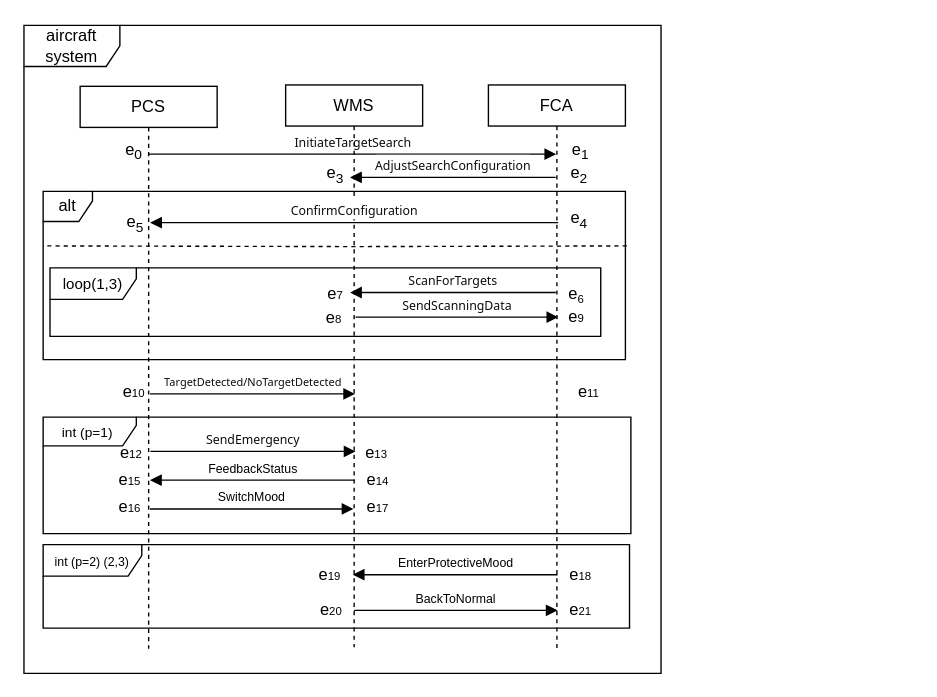
Above: example.drawio in ShiYufei0708/draw (draw.io), before the change. Source tidied: cells renumbered, new cells numbered last; positions are measured from the earlier drawing's top-left corner, leaving out a move shared by most shapes. Both pictures are drawn from the tidied source at 137%, with x=0, y=0 at pixel (23, 25).
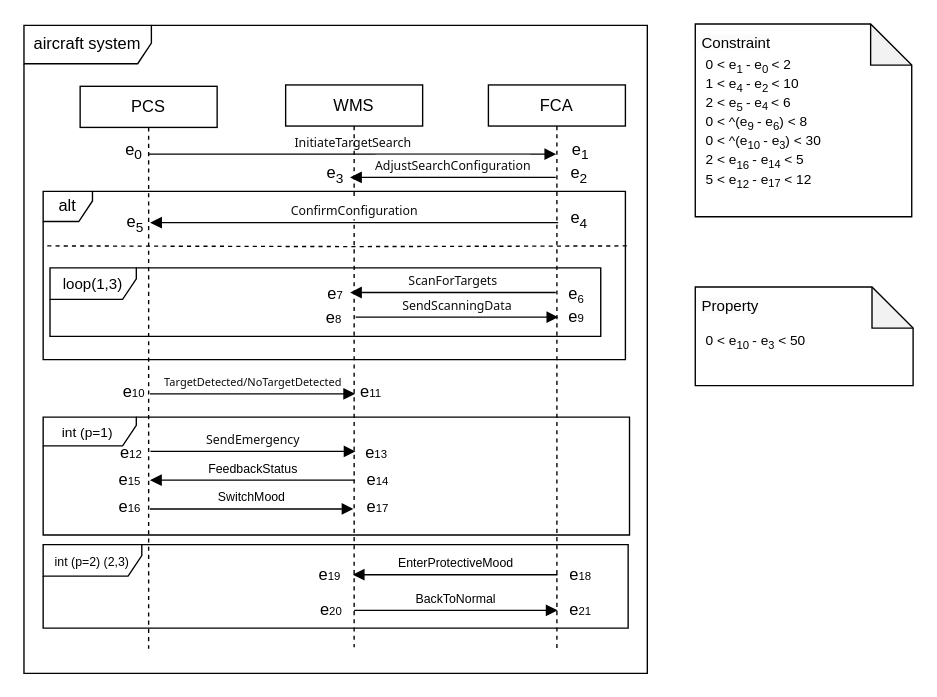
The same diagram, later.

The edit, as a diff of the source:
```diff
@@
-    <mxCell id="2" value="aircraft system" style="shape=umlFrame;whiteSpace=wrap;html=1;width=70;height=30;" parent="1" vertex="1">
-      <mxGeometry width="465" height="473" as="geometry" />
+    <mxCell id="2" value="aircraft system" style="shape=umlFrame;whiteSpace=wrap;html=1;width=93;height=28;" parent="1" vertex="1">
+      <mxGeometry width="455" height="473" as="geometry" />
     </mxCell>
@@
     <mxCell id="9" value="&lt;font style=&quot;font-size: 10px;&quot;&gt;int (p=1)&amp;nbsp;&lt;/font&gt;" style="shape=umlFrame;whiteSpace=wrap;html=1;width=68;height=21;" parent="1" vertex="1">
-      <mxGeometry x="14" y="286" width="429" height="85" as="geometry" />
+      <mxGeometry x="14" y="286" width="428" height="86" as="geometry" />
     </mxCell>
@@
     <mxCell id="18" value="&lt;font style=&quot;font-size: 9px;&quot;&gt;int (p=2)&amp;nbsp;(2,3)&lt;/font&gt;" style="shape=umlFrame;whiteSpace=wrap;html=1;width=72;height=23;" parent="1" vertex="1">
-      <mxGeometry x="14" y="379" width="428" height="61" as="geometry" />
+      <mxGeometry x="14" y="379" width="427" height="61" as="geometry" />
     </mxCell>
@@
     <mxCell id="32" value="e&lt;span style=&quot;font-size: 8.33333px;&quot;&gt;11&lt;/span&gt;" style="text;html=1;align=center;verticalAlign=middle;strokeColor=none;fillColor=none;" parent="1" vertex="1">
-      <mxGeometry x="395" y="255" width="33" height="26" as="geometry" />
+      <mxGeometry x="236" y="255" width="33" height="26" as="geometry" />
     </mxCell>
@@
+    <mxCell id="44" style="group;" parent="1" vertex="1">
+      <mxGeometry x="490" y="191" width="159" height="162" as="geometry" />
+    </mxCell>
+    <mxCell id="45" style="shape=note;whiteSpace=wrap;html=1;backgroundOutline=1;darkOpacity=0.05;" parent="44" vertex="1">
+      <mxGeometry width="159" height="72" as="geometry" />
+    </mxCell>
+    <mxCell id="46" value="&lt;span style=&quot;color: rgb(0, 0, 0); font-family: Helvetica; font-size: 11px; font-style: normal; font-variant-ligatures: normal; font-variant-caps: normal; font-weight: 400; letter-spacing: normal; orphans: 2; text-align: left; text-indent: 0px; text-transform: none; widows: 2; word-spacing: 0px; -webkit-text-stroke-width: 0px; white-space: nowrap; background-color: rgb(251, 251, 251); text-decoration-thickness: initial; text-decoration-style: initial; text-decoration-color: initial; display: inline !important; float: none;&quot;&gt;Property&lt;/span&gt;" style="text;whiteSpace=wrap;html=1;" parent="44" vertex="1">
+      <mxGeometry x="3" width="78" height="46.5" as="geometry" />
+    </mxCell>
+    <mxCell id="47" value="&lt;div&gt;&lt;div&gt;0 &amp;lt; e&lt;sub&gt;10&lt;/sub&gt;&lt;span style=&quot;font-size: 8.33333px;&quot;&gt;&amp;nbsp;&lt;/span&gt;- e&lt;span style=&quot;font-size: 8.33333px;&quot;&gt;&lt;sub style=&quot;font-size: 8px;&quot;&gt;3&lt;/sub&gt;&lt;/span&gt;&amp;nbsp;&amp;lt; 50&lt;div&gt;&lt;br&gt;&lt;/div&gt;&lt;/div&gt;&lt;/div&gt;" style="text;align=left;verticalAlign=top;rounded=0;horizontal=1;fontSize=10;html=1;" parent="44" vertex="1">
+      <mxGeometry x="6" y="26.5" width="116" height="109" as="geometry" />
+    </mxCell>
+    <mxCell id="48" style="group;" parent="1" vertex="1">
+      <mxGeometry x="490" y="-1" width="158" height="162" as="geometry" />
+    </mxCell>
+    <mxCell id="49" style="shape=note;whiteSpace=wrap;html=1;backgroundOutline=1;darkOpacity=0.05;" parent="48" vertex="1">
+      <mxGeometry width="158" height="140.7" as="geometry" />
+    </mxCell>
+    <mxCell id="50" value="&lt;span style=&quot;color: rgb(0, 0, 0); font-family: Helvetica; font-size: 11px; font-style: normal; font-variant-ligatures: normal; font-variant-caps: normal; font-weight: 400; letter-spacing: normal; orphans: 2; text-align: left; text-indent: 0px; text-transform: none; widows: 2; word-spacing: 0px; -webkit-text-stroke-width: 0px; white-space: nowrap; background-color: rgb(251, 251, 251); text-decoration-thickness: initial; text-decoration-style: initial; text-decoration-color: initial; display: inline !important; float: none;&quot;&gt;Constraint&lt;/span&gt;" style="text;whiteSpace=wrap;html=1;" parent="48" vertex="1">
+      <mxGeometry x="3" width="78" height="46.5" as="geometry" />
+    </mxCell>
+    <mxCell id="51" value="0 &amp;lt; e&lt;sub&gt;1&amp;nbsp;&lt;/sub&gt;- e&lt;sub&gt;0&amp;nbsp;&lt;/sub&gt;&amp;lt; 2&lt;br&gt;1 &amp;lt; e&lt;sub&gt;4&amp;nbsp;&lt;/sub&gt;- e&lt;sub&gt;2&amp;nbsp;&lt;/sub&gt;&amp;lt; 10&lt;br&gt;2 &amp;lt; e&lt;sub&gt;5&amp;nbsp;&lt;/sub&gt;- e&lt;span style=&quot;font-size: 6.94444px;&quot;&gt;&lt;sub style=&quot;font-size: 8px;&quot;&gt;4&amp;nbsp;&lt;/sub&gt;&lt;/span&gt;&amp;lt; 6&lt;br&gt;0 &amp;lt; ^(e&lt;sub&gt;9&lt;/sub&gt;&lt;span style=&quot;font-size: 8.33333px;&quot;&gt;&amp;nbsp;&lt;/span&gt;- e&lt;sub&gt;6&lt;/sub&gt;) &amp;lt; 8&lt;div&gt;0 &amp;lt; ^(e&lt;sub&gt;10&lt;/sub&gt;&lt;span style=&quot;font-size: 8.33333px;&quot;&gt;&amp;nbsp;&lt;/span&gt;- e&lt;span style=&quot;font-size: 8.33333px;&quot;&gt;&lt;sub style=&quot;font-size: 8px;&quot;&gt;3&lt;/sub&gt;&lt;/span&gt;) &amp;lt; 30&lt;div&gt;2 &amp;lt; e&lt;sub&gt;16&lt;/sub&gt;&lt;span style=&quot;font-size: 8.33333px;&quot;&gt;&amp;nbsp;&lt;/span&gt;- e&lt;span style=&quot;font-size: 8.33333px;&quot;&gt;&lt;sub style=&quot;font-size: 8px;&quot;&gt;14&lt;/sub&gt;&lt;/span&gt;&amp;nbsp;&amp;lt; 5&lt;div&gt;5 &amp;lt; e&lt;sub&gt;12&lt;/sub&gt;&lt;span style=&quot;font-size: 8.33333px;&quot;&gt;&amp;nbsp;&lt;/span&gt;- e&lt;span style=&quot;font-size: 8.33333px;&quot;&gt;&lt;sub style=&quot;font-size: 8px;&quot;&gt;17&lt;/sub&gt;&lt;/span&gt;&amp;nbsp;&amp;lt; 12&lt;br&gt;&lt;/div&gt;&lt;/div&gt;&lt;/div&gt;" style="text;align=left;verticalAlign=top;rounded=0;horizontal=1;fontSize=10;html=1;" parent="48" vertex="1">
+      <mxGeometry x="6" y="17.3" width="116" height="140.7" as="geometry" />
+    </mxCell>
```
